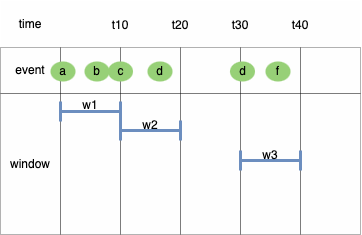
Before: img/kafka/kafka-streams-tumbling-windows-1.drawio.png, a diagram exported from draw.io (windowforsun/blog). Source tidied: cells renumbered, new cells last; positions are measured from the earlier drawing's top-left corner, leaving out a move shared by most shapes.
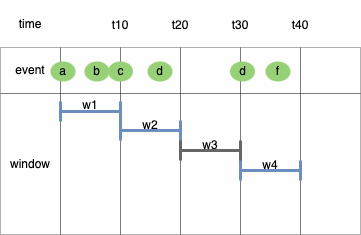
After the commit.

Commit message:
kafka-streams-tumbling-windows-1.drawio.png이 추가되었습니다.

Change to the diagram source:
```diff
@@ -102,10 +102,10 @@
       <mxGeometry x="120" y="110" width="60" height="30" as="geometry" />
     </mxCell>
     <mxCell id="35" style="shape=crossbar;whiteSpace=wrap;html=1;rounded=1;strokeWidth=3;fillColor=#dae8fc;strokeColor=#6c8ebf;" parent="1" vertex="1">
-      <mxGeometry x="240" y="150" width="60" height="20" as="geometry" />
+      <mxGeometry x="240" y="160" width="60" height="20" as="geometry" />
     </mxCell>
-    <mxCell id="36" value="w3" style="text;html=1;align=center;verticalAlign=middle;whiteSpace=wrap;rounded=0;" parent="1" vertex="1">
-      <mxGeometry x="240" y="140" width="60" height="30" as="geometry" />
+    <mxCell id="36" value="w4" style="text;html=1;align=center;verticalAlign=middle;whiteSpace=wrap;rounded=0;" parent="1" vertex="1">
+      <mxGeometry x="240" y="150" width="60" height="30" as="geometry" />
     </mxCell>
     <mxCell id="37" value="b" style="ellipse;whiteSpace=wrap;html=1;fillColor=#97D077;strokeColor=none;" parent="1" vertex="1">
       <mxGeometry x="84" y="61" width="25" height="20" as="geometry" />
@@ -122,5 +122,11 @@
     <mxCell id="41" value="f" style="ellipse;whiteSpace=wrap;html=1;fillColor=#97D077;strokeColor=none;" parent="1" vertex="1">
       <mxGeometry x="265" y="61" width="25" height="20" as="geometry" />
     </mxCell>
+    <mxCell id="42" value="w3" style="text;html=1;align=center;verticalAlign=middle;whiteSpace=wrap;rounded=0;" parent="1" vertex="1">
+      <mxGeometry x="180" y="130" width="60" height="30" as="geometry" />
+    </mxCell>
+    <mxCell id="43" style="shape=crossbar;whiteSpace=wrap;html=1;rounded=1;strokeWidth=3;fillColor=#f5f5f5;strokeColor=#666666;fontColor=#333333;" parent="1" vertex="1">
+      <mxGeometry x="180" y="140" width="60" height="20" as="geometry" />
+    </mxCell>
   </root>
 </mxGraphModel>
```
